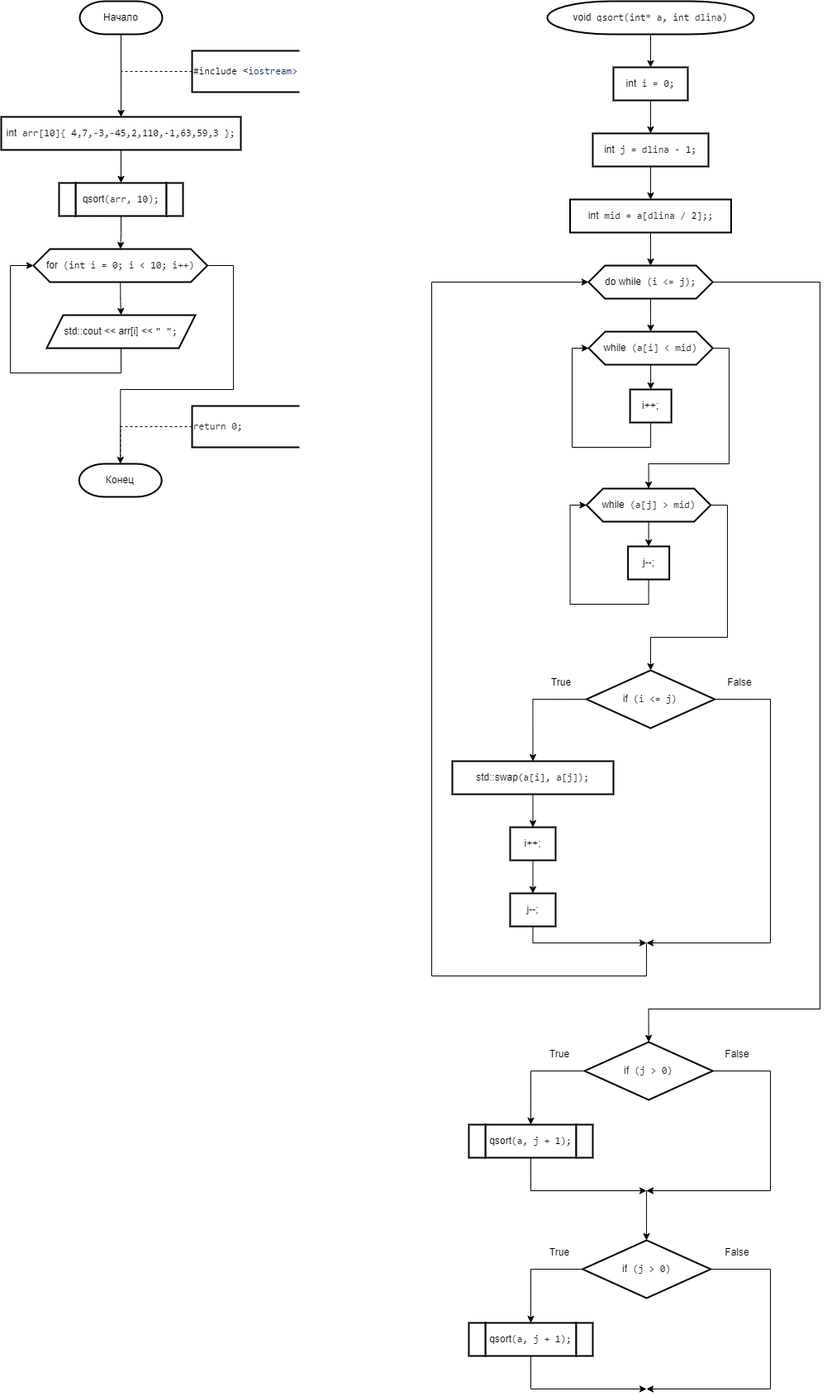
This is 2 Семестр/Labs/№9 Сложные сортировки быстрая (Хоара), слиянием, подсчетом, блочная, Шелла/Быстрая.png from IlyaFedoseev227/LABS-PNRPU-IVT-22-1b, a draw.io export, as it was before one commit. Source tidied: cells renumbered, new cells last; positions are measured from the earlier drawing's top-left corner, leaving out a move shared by most shapes.
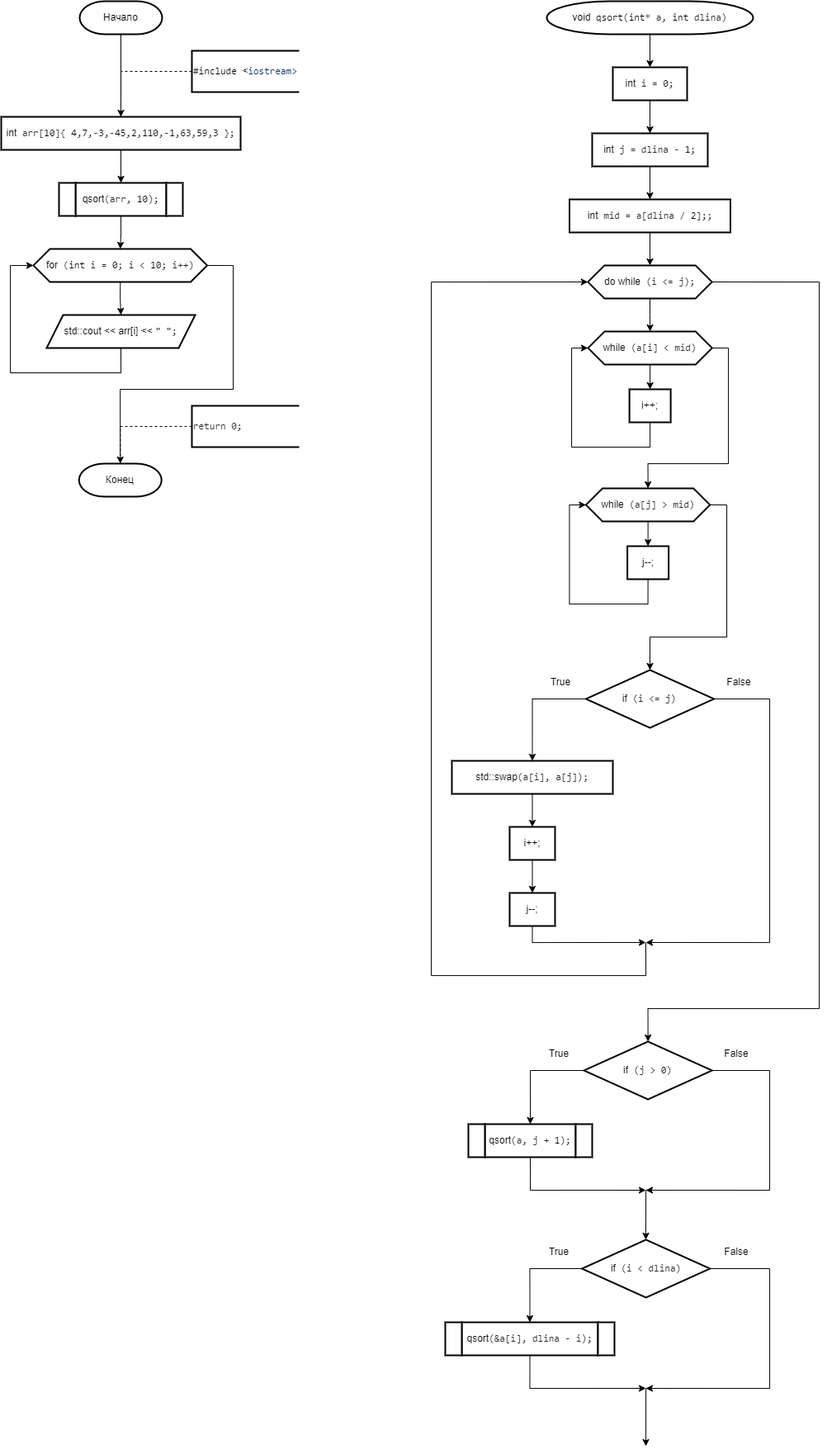
After the commit.

Diff of the diagram source:
```diff
@@ -282,7 +282,7 @@
         </Array>
       </mxGeometry>
     </mxCell>
-    <mxCell id="65" value="&lt;div style=&quot;text-align: start;&quot;&gt;if&lt;span style=&quot;color: rgb(36, 41, 47); font-family: ui-monospace, SFMono-Regular, &amp;quot;SF Mono&amp;quot;, Menlo, Consolas, &amp;quot;Liberation Mono&amp;quot;, monospace; background-color: rgb(255, 255, 255);&quot;&gt; (j &amp;gt; &lt;/span&gt;&lt;span style=&quot;box-sizing: border-box; color: var(--color-prettylights-syntax-constant); font-family: ui-monospace, SFMono-Regular, &amp;quot;SF Mono&amp;quot;, Menlo, Consolas, &amp;quot;Liberation Mono&amp;quot;, monospace; background-color: rgb(255, 255, 255);&quot; class=&quot;pl-c1&quot;&gt;0&lt;/span&gt;&lt;span style=&quot;color: rgb(36, 41, 47); font-family: ui-monospace, SFMono-Regular, &amp;quot;SF Mono&amp;quot;, Menlo, Consolas, &amp;quot;Liberation Mono&amp;quot;, monospace; background-color: rgb(255, 255, 255);&quot;&gt;)&lt;/span&gt;&lt;br&gt;&lt;/div&gt;" style="rhombus;whiteSpace=wrap;html=1;strokeWidth=2;" parent="1" vertex="1">
+    <mxCell id="65" value="&lt;div style=&quot;text-align: start;&quot;&gt;if&lt;span style=&quot;color: rgb(36, 41, 47); font-family: ui-monospace, SFMono-Regular, &amp;quot;SF Mono&amp;quot;, Menlo, Consolas, &amp;quot;Liberation Mono&amp;quot;, monospace; background-color: rgb(255, 255, 255);&quot;&gt; (i &amp;lt; dlina)&lt;/span&gt;&lt;br&gt;&lt;/div&gt;" style="rhombus;whiteSpace=wrap;html=1;strokeWidth=2;" parent="1" vertex="1">
       <mxGeometry x="703.6" y="1500" width="155.1" height="70" as="geometry" />
     </mxCell>
     <mxCell id="66" value="True" style="text;html=1;strokeColor=none;fillColor=none;align=center;verticalAlign=middle;whiteSpace=wrap;rounded=0;strokeWidth=2;" parent="1" vertex="1">
@@ -299,14 +299,24 @@
         </Array>
       </mxGeometry>
     </mxCell>
-    <mxCell id="69" value="&lt;div style=&quot;text-align: start;&quot;&gt;qsort&lt;span style=&quot;color: rgb(36, 41, 47); font-family: ui-monospace, SFMono-Regular, &amp;quot;SF Mono&amp;quot;, Menlo, Consolas, &amp;quot;Liberation Mono&amp;quot;, monospace; background-color: rgb(255, 255, 255);&quot;&gt;(a, j + &lt;/span&gt;&lt;span style=&quot;box-sizing: border-box; color: var(--color-prettylights-syntax-constant); font-family: ui-monospace, SFMono-Regular, &amp;quot;SF Mono&amp;quot;, Menlo, Consolas, &amp;quot;Liberation Mono&amp;quot;, monospace; background-color: rgb(255, 255, 255);&quot; class=&quot;pl-c1&quot;&gt;1&lt;/span&gt;&lt;span style=&quot;color: rgb(36, 41, 47); font-family: ui-monospace, SFMono-Regular, &amp;quot;SF Mono&amp;quot;, Menlo, Consolas, &amp;quot;Liberation Mono&amp;quot;, monospace; background-color: rgb(255, 255, 255);&quot;&gt;);&lt;/span&gt;&lt;br&gt;&lt;/div&gt;" style="shape=parallelogram;perimeter=parallelogramPerimeter;whiteSpace=wrap;html=1;fixedSize=1;strokeWidth=2;size=-6;" parent="1" vertex="1">
-      <mxGeometry x="586" y="1600" width="110" height="40" as="geometry" />
+    <mxCell id="69" value="&lt;div style=&quot;text-align: start;&quot;&gt;qsort&lt;span style=&quot;color: rgb(36, 41, 47); font-family: ui-monospace, SFMono-Regular, &amp;quot;SF Mono&amp;quot;, Menlo, Consolas, &amp;quot;Liberation Mono&amp;quot;, monospace; background-color: rgb(255, 255, 255);&quot;&gt;(&amp;amp;a[i], dlina - i);&lt;/span&gt;&lt;br&gt;&lt;/div&gt;" style="shape=parallelogram;perimeter=parallelogramPerimeter;whiteSpace=wrap;html=1;fixedSize=1;strokeWidth=2;size=-6;" parent="1" vertex="1">
+      <mxGeometry x="558" y="1600" width="165" height="40" as="geometry" />
     </mxCell>
     <mxCell id="70" value="&lt;div style=&quot;text-align: start;&quot;&gt;&lt;br&gt;&lt;/div&gt;" style="shape=parallelogram;perimeter=parallelogramPerimeter;whiteSpace=wrap;html=1;fixedSize=1;strokeWidth=2;size=-6;" parent="1" vertex="1">
-      <mxGeometry x="696" y="1600" width="20" height="40" as="geometry" />
+      <mxGeometry x="723" y="1600" width="20" height="40" as="geometry" />
     </mxCell>
     <mxCell id="71" value="&lt;div style=&quot;text-align: start;&quot;&gt;&lt;br&gt;&lt;/div&gt;" style="shape=parallelogram;perimeter=parallelogramPerimeter;whiteSpace=wrap;html=1;fixedSize=1;strokeWidth=2;size=-6;" parent="1" vertex="1">
-      <mxGeometry x="566" y="1600" width="20" height="40" as="geometry" />
+      <mxGeometry x="538" y="1600" width="20" height="40" as="geometry" />
     </mxCell>
+    <mxCell id="72" style="edgeStyle=orthogonalEdgeStyle;rounded=0;orthogonalLoop=1;jettySize=auto;html=1;" parent="1" edge="1">
+      <mxGeometry relative="1" as="geometry">
+        <mxPoint x="782.7" y="1680" as="sourcePoint" />
+        <mxPoint x="781" y="1750" as="targetPoint" />
+        <Array as="points">
+          <mxPoint x="781" y="1680" />
+          <mxPoint x="781" y="1740" />
+        </Array>
+      </mxGeometry>
+    </mxCell>
   </root>
 </mxGraphModel>
```
